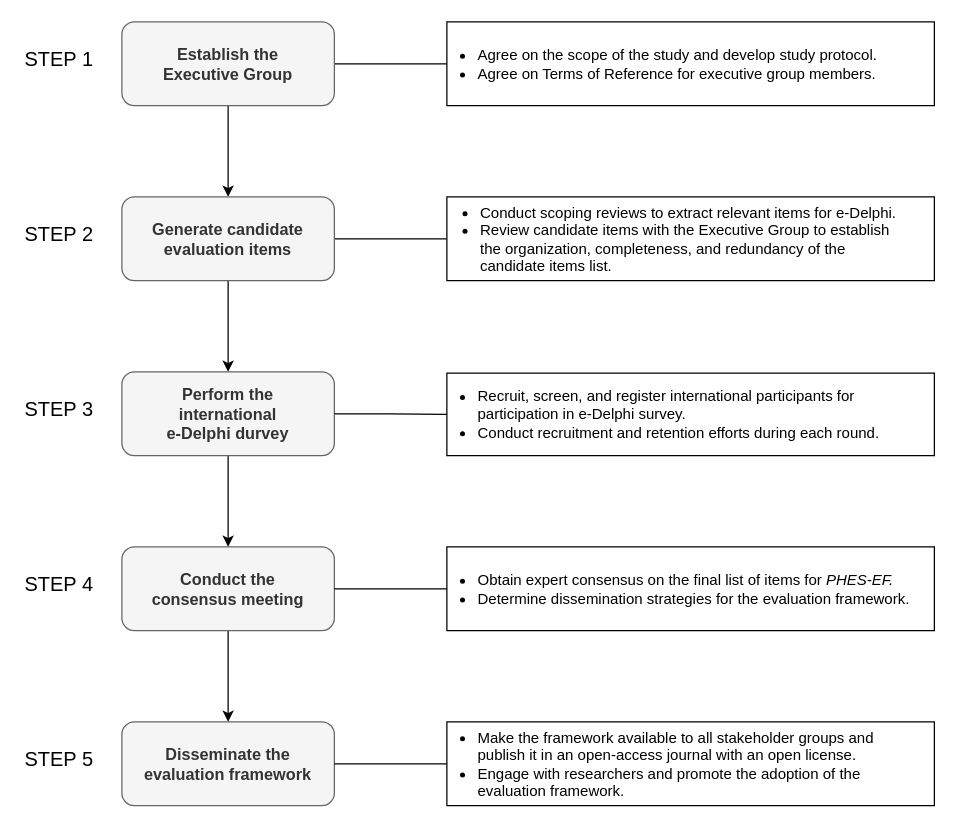
Big-Life-Lab/PHES-EF keeps this draw.io diagram as qmd/assets/dev_process.drawio. Above is the earlier version. Source tidied: cells renumbered, new cells numbered last; positions are measured from the earlier drawing's top-left corner, leaving out a move shared by most shapes. Both pictures are drawn from the tidied source at 125%, with x=0, y=0 at pixel (21, 21).
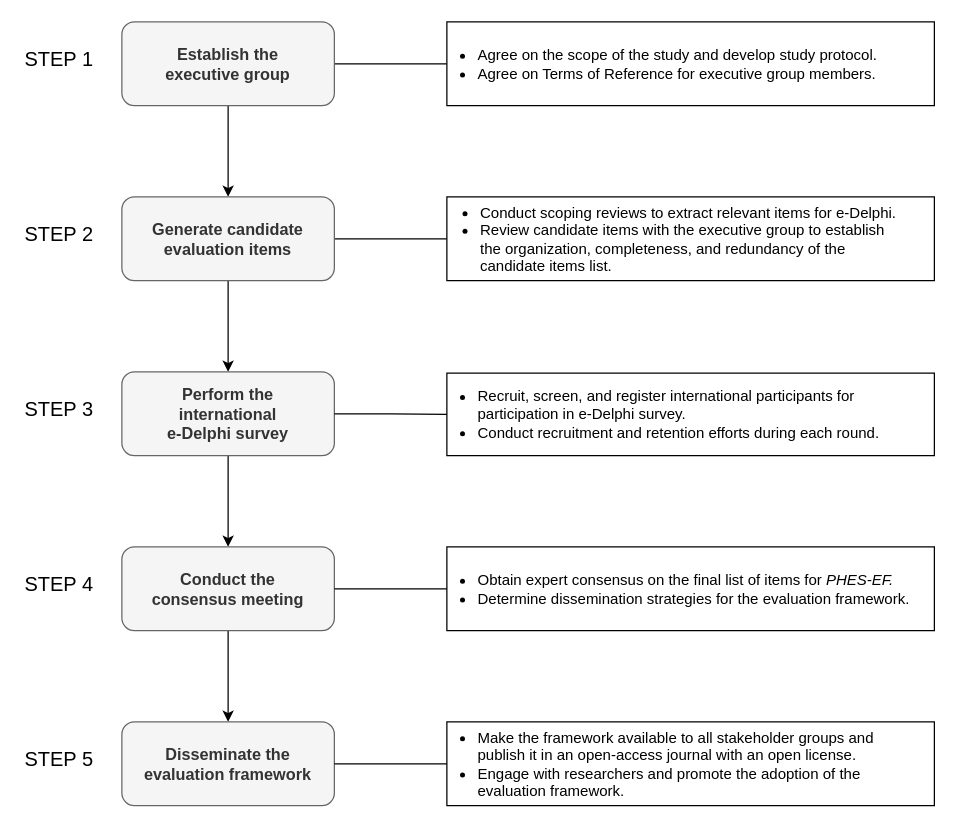
After the change.

Change to the diagram source:
```diff
@@
-    <mxCell id="5" value="&lt;b&gt;Establish the Executive Group&lt;/b&gt;" style="rounded=1;whiteSpace=wrap;html=1;fontStyle=0;fontSize=13;labelBackgroundColor=none;fillColor=#f5f5f5;fontColor=#333333;strokeColor=#666666;fontFamily=Helvetica;spacingLeft=15;spacingRight=15;spacing=0;" parent="1" vertex="1">
+    <mxCell id="5" value="&lt;b&gt;Establish the executive group&lt;/b&gt;" style="rounded=1;whiteSpace=wrap;html=1;fontStyle=0;fontSize=13;labelBackgroundColor=none;fillColor=#f5f5f5;fontColor=#333333;strokeColor=#666666;fontFamily=Helvetica;spacingLeft=15;spacingRight=15;spacing=0;" parent="1" vertex="1">
       <mxGeometry x="80" width="170" height="67" as="geometry" />
     </mxCell>
@@
-    <mxCell id="10" value="&lt;b&gt;Perform the international &lt;br&gt;e-Delphi durvey&lt;/b&gt;" style="rounded=1;whiteSpace=wrap;html=1;fontStyle=0;fontSize=13;fillColor=#f5f5f5;fontColor=#333333;strokeColor=#666666;fontFamily=Helvetica;spacingLeft=15;spacingRight=15;spacing=0;" parent="1" vertex="1">
+    <mxCell id="10" value="&lt;b&gt;Perform the international &lt;br&gt;e-Delphi survey&lt;/b&gt;" style="rounded=1;whiteSpace=wrap;html=1;fontStyle=0;fontSize=13;fillColor=#f5f5f5;fontColor=#333333;strokeColor=#666666;fontFamily=Helvetica;spacingLeft=15;spacingRight=15;spacing=0;" parent="1" vertex="1">
       <mxGeometry x="80" y="280" width="170" height="67" as="geometry" />
     </mxCell>
@@
-    <mxCell id="15" value="&lt;ul&gt;&lt;li&gt;&lt;span style=&quot;background-color: initial; text-align: justify;&quot;&gt;Conduct scoping reviews to extract&amp;nbsp;&lt;/span&gt;relevant items for e-Delphi.&lt;/li&gt;&lt;li&gt;Review candidate items with the Executive Group to establish the organization, completeness, and redundancy of the candidate items list.&lt;/li&gt;&lt;/ul&gt;" style="whiteSpace=wrap;html=1;rounded=0;align=left;fontFamily=Helvetica;spacingLeft=-15;spacingRight=20;" parent="1" vertex="1">
+    <mxCell id="15" value="&lt;ul&gt;&lt;li&gt;&lt;span style=&quot;background-color: initial; text-align: justify;&quot;&gt;Conduct scoping reviews to extract&amp;nbsp;&lt;/span&gt;relevant items for e-Delphi.&lt;/li&gt;&lt;li&gt;Review candidate items with the executive group to establish the organization, completeness, and redundancy of the candidate items list.&lt;/li&gt;&lt;/ul&gt;" style="whiteSpace=wrap;html=1;rounded=0;align=left;fontFamily=Helvetica;spacingLeft=-15;spacingRight=20;" parent="1" vertex="1">
       <mxGeometry x="340" y="140" width="390" height="67" as="geometry" />
     </mxCell>
```
